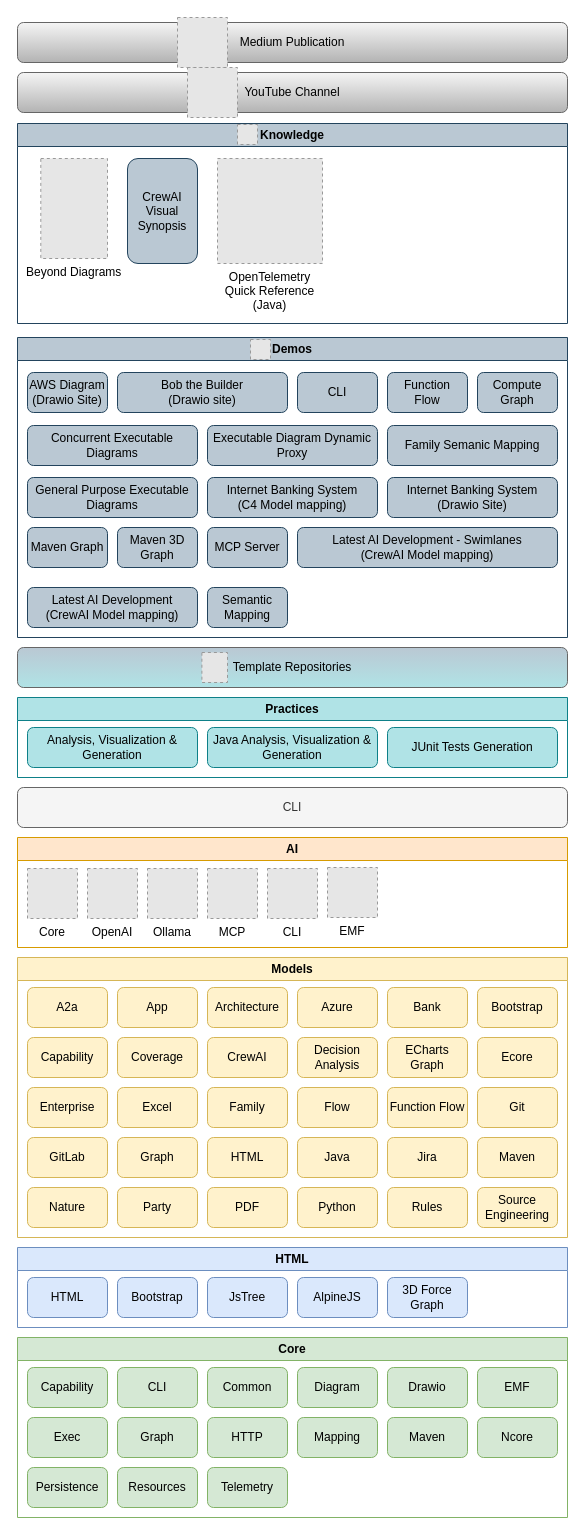
This is model/nasdanika.drawio from Nasdanika/nasdanika.github.io, a draw.io file, before an edit. Source tidied: cells renumbered, new cells numbered last; positions are measured from the earlier drawing's top-left corner, leaving out a move shared by most shapes. Both pictures are drawn from the tidied source at 100%, with x=0, y=0 at pixel (17, 17). Pictures stored in the file or linked from it are replaced by grey dashed boxes.
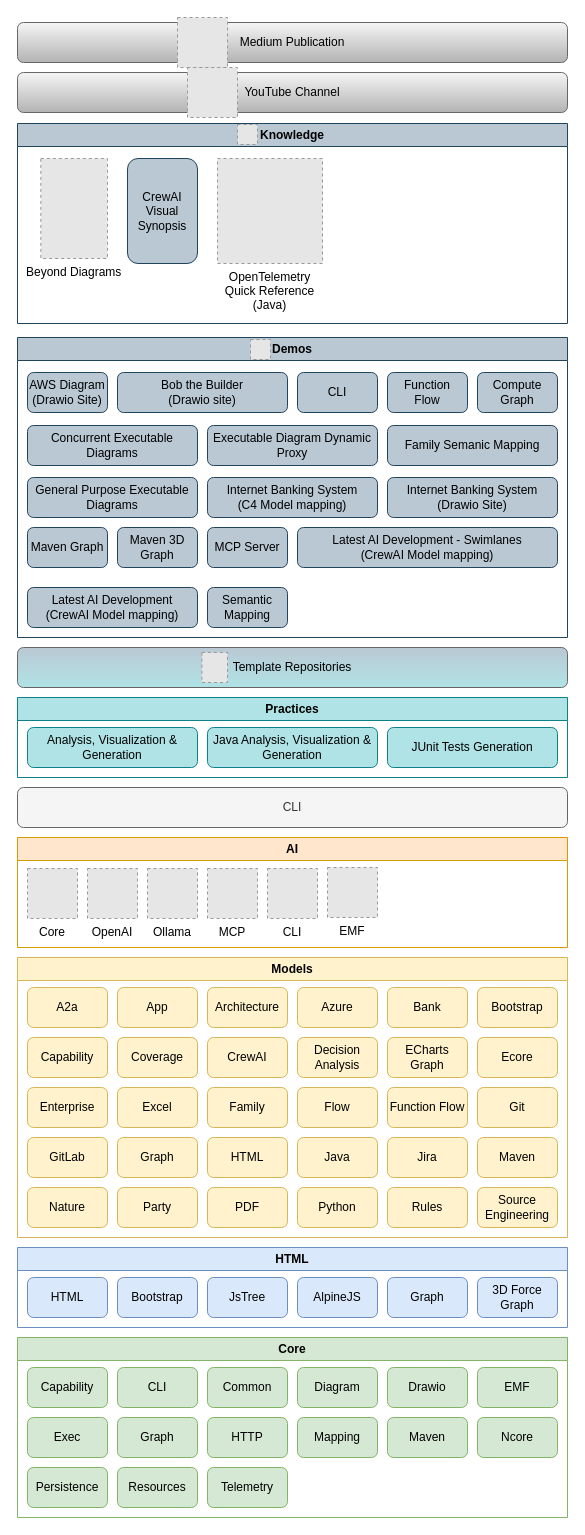
The same diagram, later.

Commit message (it also covers changes not shown here):
html graph. todo - html-producers or remove

The change refers to these unchanged cells:
```xml
<mxCell id="18" value="HTML" style="swimlane;whiteSpace=wrap;html=1;fillColor=#dae8fc;strokeColor=#6c8ebf;" parent="1" vertex="1">
  <mxGeometry y="1230" width="550" height="80" as="geometry" />
</mxCell>
```

Diff of the diagram source:
```diff
@@
     <mxCell id="23" value="3D Force Graph" style="rounded=1;whiteSpace=wrap;html=1;fillColor=#dae8fc;strokeColor=#6c8ebf;" parent="18" vertex="1">
-      <mxGeometry x="370" y="30" width="80" height="40" as="geometry" />
+      <mxGeometry x="460" y="30" width="80" height="40" as="geometry" />
     </mxCell>
+    <mxCell id="97" value="Graph" style="rounded=1;whiteSpace=wrap;html=1;fillColor=#dae8fc;strokeColor=#6c8ebf;" parent="18" vertex="1">
+      <mxGeometry x="370" y="30" width="80" height="40" as="geometry" />
+    </mxCell>
```
